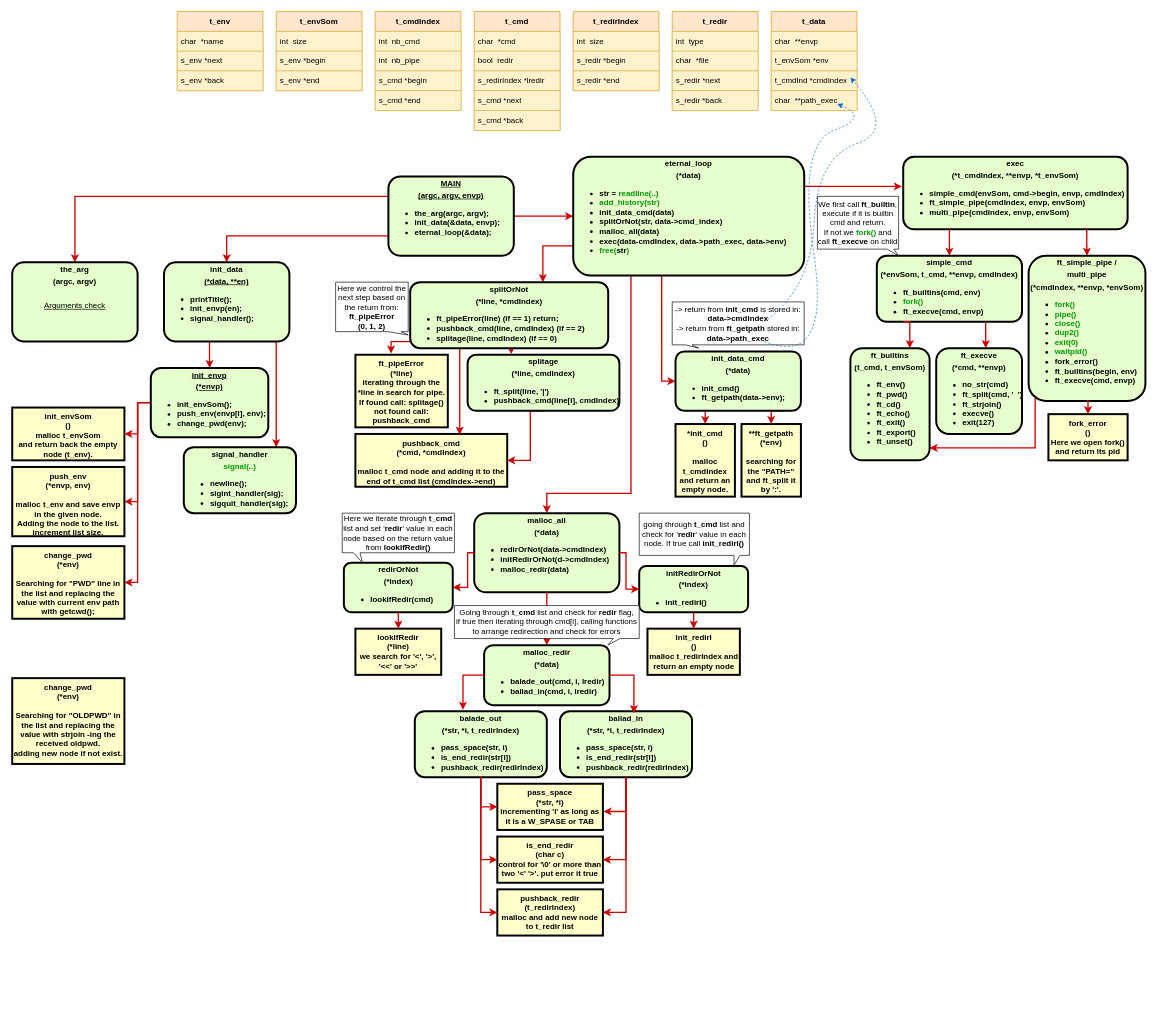
This is Minishell.drawio from El-cmd/My_MiniShell, a draw.io file, before an edit. Source tidied: cells renumbered, new cells numbered last; positions are measured from the earlier drawing's top-left corner, leaving out a move shared by most shapes. Both pictures are drawn from the tidied source at 66%, with x=0, y=0 at pixel (12, 11).
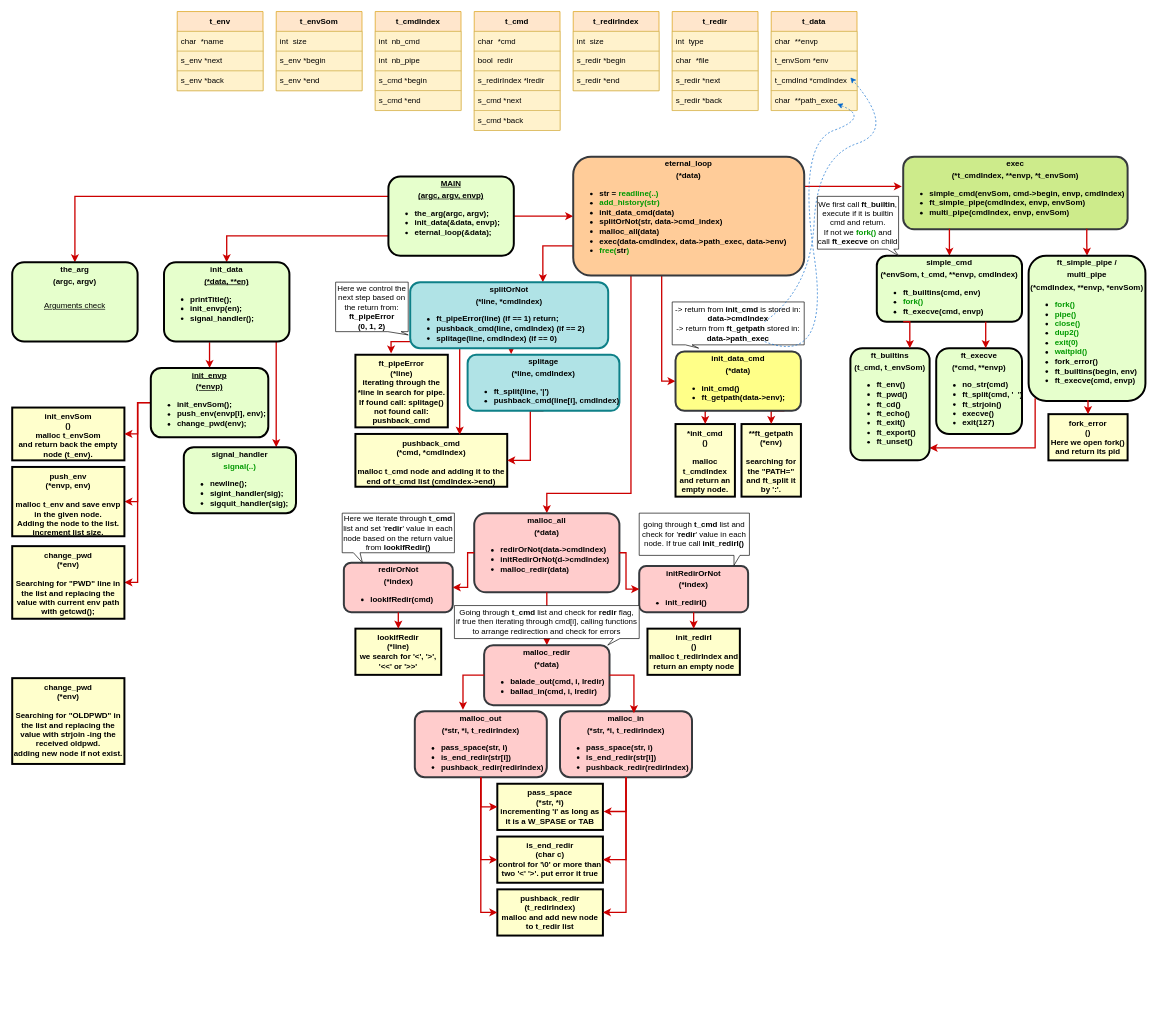
Above is the later version.

Commit message:
.. also updated diagram

The change refers to these unchanged cells:
```xml
<mxCell id="57" style="group;" parent="1" vertex="1">
  <mxGeometry x="500" y="760" width="617" height="640" as="geometry" />
</mxCell>
<mxCell id="59" style="group;" parent="57" vertex="1">
  <mxGeometry width="170" height="245" as="geometry" />
</mxCell>
<mxCell id="65" style="group;" parent="57" vertex="1">
  <mxGeometry x="450" width="167" height="245" as="geometry" />
</mxCell>
<mxCell id="72" style="group;" parent="57" vertex="1">
  <mxGeometry x="110" y="140" width="420" height="500" as="geometry" />
</mxCell>
<mxCell id="88" style="group;" parent="1" vertex="1">
  <mxGeometry x="490" y="410" width="430" height="310" as="geometry" />
</mxCell>
<mxCell id="98" style="group;" parent="1" vertex="1">
  <mxGeometry x="1000" y="440" width="200" height="295" as="geometry" />
</mxCell>
```

The edit, as a diff of the source:
```diff
@@
-    <mxCell id="11" value="&lt;p style=&quot;margin: 4px 0px 0px; text-align: center;&quot;&gt;&lt;strong&gt;eternal_loop&lt;/strong&gt;&lt;/p&gt;&lt;p style=&quot;margin: 4px 0px 0px; text-align: center;&quot;&gt;&lt;strong&gt;(*data)&lt;br&gt;&lt;/strong&gt;&lt;/p&gt;&lt;div align=&quot;left&quot;&gt;&lt;ul&gt;&lt;li&gt;&lt;strong&gt;str = &lt;font color=&quot;#009900&quot;&gt;readline(..)&lt;/font&gt;&lt;/strong&gt;&lt;/li&gt;&lt;li&gt;&lt;font color=&quot;#009900&quot;&gt;&lt;strong&gt;add_history(str)&lt;/strong&gt;&lt;/font&gt;&lt;/li&gt;&lt;li&gt;&lt;strong&gt;init_data_cmd(data)&lt;/strong&gt;&lt;/li&gt;&lt;li&gt;&lt;strong&gt;splitOrNot(str, data-&amp;gt;cmd_index)&lt;/strong&gt;&lt;/li&gt;&lt;li&gt;&lt;strong&gt;malloc_all(data)&lt;/strong&gt;&lt;/li&gt;&lt;li&gt;&lt;strong&gt;exec(data-cmdIndex, data-&amp;gt;path_exec, data-&amp;gt;env)&lt;/strong&gt;&lt;/li&gt;&lt;li&gt;&lt;font color=&quot;#009900&quot;&gt;&lt;strong&gt;free(&lt;font color=&quot;#000000&quot;&gt;str&lt;/font&gt;)&lt;/strong&gt;&lt;/font&gt;&lt;br&gt;&lt;/li&gt;&lt;/ul&gt;&lt;/div&gt;" style="verticalAlign=middle;align=center;overflow=fill;fontSize=12;fontFamily=Helvetica;html=1;rounded=1;fontStyle=1;strokeWidth=3;fillColor=#E6FFCC;" parent="1" vertex="1">
+    <mxCell id="11" value="&lt;p style=&quot;margin: 4px 0px 0px; text-align: center;&quot;&gt;&lt;strong&gt;eternal_loop&lt;/strong&gt;&lt;/p&gt;&lt;p style=&quot;margin: 4px 0px 0px; text-align: center;&quot;&gt;&lt;strong&gt;(*data)&lt;br&gt;&lt;/strong&gt;&lt;/p&gt;&lt;div align=&quot;left&quot;&gt;&lt;ul&gt;&lt;li&gt;&lt;strong&gt;str = &lt;font color=&quot;#009900&quot;&gt;readline(..)&lt;/font&gt;&lt;/strong&gt;&lt;/li&gt;&lt;li&gt;&lt;font color=&quot;#009900&quot;&gt;&lt;strong&gt;add_history(str)&lt;/strong&gt;&lt;/font&gt;&lt;/li&gt;&lt;li&gt;&lt;strong&gt;init_data_cmd(data)&lt;/strong&gt;&lt;/li&gt;&lt;li&gt;&lt;strong&gt;splitOrNot(str, data-&amp;gt;cmd_index)&lt;/strong&gt;&lt;/li&gt;&lt;li&gt;&lt;strong&gt;malloc_all(data)&lt;/strong&gt;&lt;/li&gt;&lt;li&gt;&lt;strong&gt;exec(data-cmdIndex, data-&amp;gt;path_exec, data-&amp;gt;env)&lt;/strong&gt;&lt;/li&gt;&lt;li&gt;&lt;font color=&quot;#009900&quot;&gt;&lt;strong&gt;free(&lt;font color=&quot;#000000&quot;&gt;str&lt;/font&gt;)&lt;/strong&gt;&lt;/font&gt;&lt;br&gt;&lt;/li&gt;&lt;/ul&gt;&lt;/div&gt;" style="verticalAlign=middle;align=center;overflow=fill;fontSize=12;fontFamily=Helvetica;html=1;rounded=1;fontStyle=1;strokeWidth=3;fillColor=#ffcc99;strokeColor=#36393d;" parent="1" vertex="1">
       <mxGeometry x="850" y="220" width="350" height="180" as="geometry" />
     </mxCell>
@@
-    <mxCell id="58" value="&lt;p style=&quot;margin: 4px 0px 0px; text-align: center;&quot;&gt;&lt;strong&gt;malloc_all&lt;/strong&gt;&lt;/p&gt;&lt;p style=&quot;margin: 4px 0px 0px; text-align: center;&quot;&gt;&lt;strong&gt;(*data)&lt;br&gt;&lt;/strong&gt;&lt;/p&gt;&lt;div align=&quot;left&quot;&gt;&lt;ul&gt;&lt;li&gt;&lt;strong&gt;redirOrNot(data-&amp;gt;cmdIndex)&lt;/strong&gt;&lt;/li&gt;&lt;li&gt;&lt;strong&gt;initRedirOrNot(d-&amp;gt;cmdIndex)&lt;/strong&gt;&lt;/li&gt;&lt;li&gt;&lt;strong&gt;malloc_redir(data)&lt;/strong&gt;&lt;/li&gt;&lt;/ul&gt;&lt;/div&gt;" style="verticalAlign=middle;align=center;overflow=fill;fontSize=12;fontFamily=Helvetica;html=1;rounded=1;fontStyle=1;strokeWidth=3;fillColor=#E6FFCC;" parent="57" vertex="1">
+    <mxCell id="58" value="&lt;p style=&quot;margin: 4px 0px 0px; text-align: center;&quot;&gt;&lt;strong&gt;malloc_all&lt;/strong&gt;&lt;/p&gt;&lt;p style=&quot;margin: 4px 0px 0px; text-align: center;&quot;&gt;&lt;strong&gt;(*data)&lt;br&gt;&lt;/strong&gt;&lt;/p&gt;&lt;div align=&quot;left&quot;&gt;&lt;ul&gt;&lt;li&gt;&lt;strong&gt;redirOrNot(data-&amp;gt;cmdIndex)&lt;/strong&gt;&lt;/li&gt;&lt;li&gt;&lt;strong&gt;initRedirOrNot(d-&amp;gt;cmdIndex)&lt;/strong&gt;&lt;/li&gt;&lt;li&gt;&lt;strong&gt;malloc_redir(data)&lt;/strong&gt;&lt;/li&gt;&lt;/ul&gt;&lt;/div&gt;" style="verticalAlign=middle;align=center;overflow=fill;fontSize=12;fontFamily=Helvetica;html=1;rounded=1;fontStyle=1;strokeWidth=3;fillColor=#ffcccc;strokeColor=#36393d;" parent="57" vertex="1">
       <mxGeometry x="200" width="220" height="120" as="geometry" />
     </mxCell>
@@
-    <mxCell id="60" value="&lt;p style=&quot;margin: 4px 0px 0px; text-align: center;&quot;&gt;&lt;strong&gt;redirOrNot&lt;/strong&gt;&lt;/p&gt;&lt;p style=&quot;margin: 4px 0px 0px; text-align: center;&quot;&gt;&lt;strong&gt;(*index)&lt;/strong&gt;&lt;/p&gt;&lt;div align=&quot;left&quot;&gt;&lt;ul&gt;&lt;li&gt;&lt;strong&gt;lookIfRedir(cmd)&lt;/strong&gt;&lt;/li&gt;&lt;/ul&gt;&lt;/div&gt;" style="verticalAlign=middle;align=center;overflow=fill;fontSize=12;fontFamily=Helvetica;html=1;rounded=1;fontStyle=1;strokeWidth=3;fillColor=#E6FFCC;" parent="59" vertex="1">
+    <mxCell id="60" value="&lt;p style=&quot;margin: 4px 0px 0px; text-align: center;&quot;&gt;&lt;strong&gt;redirOrNot&lt;/strong&gt;&lt;/p&gt;&lt;p style=&quot;margin: 4px 0px 0px; text-align: center;&quot;&gt;&lt;strong&gt;(*index)&lt;/strong&gt;&lt;/p&gt;&lt;div align=&quot;left&quot;&gt;&lt;ul&gt;&lt;li&gt;&lt;strong&gt;lookIfRedir(cmd)&lt;/strong&gt;&lt;/li&gt;&lt;/ul&gt;&lt;/div&gt;" style="verticalAlign=middle;align=center;overflow=fill;fontSize=12;fontFamily=Helvetica;html=1;rounded=1;fontStyle=1;strokeWidth=3;fillColor=#ffcccc;strokeColor=#36393d;" parent="59" vertex="1">
       <mxGeometry x="2.5" y="75" width="165" height="75" as="geometry" />
     </mxCell>
@@
-    <mxCell id="66" value="&lt;p style=&quot;margin: 4px 0px 0px; text-align: center;&quot;&gt;&lt;strong&gt;initRedirOrNot&lt;/strong&gt;&lt;/p&gt;&lt;p style=&quot;margin: 4px 0px 0px; text-align: center;&quot;&gt;&lt;strong&gt;(*index)&lt;/strong&gt;&lt;/p&gt;&lt;div align=&quot;left&quot;&gt;&lt;ul&gt;&lt;li&gt;&lt;strong&gt;init_redirI()&lt;/strong&gt;&lt;/li&gt;&lt;/ul&gt;&lt;/div&gt;" style="verticalAlign=middle;align=center;overflow=fill;fontSize=12;fontFamily=Helvetica;html=1;rounded=1;fontStyle=1;strokeWidth=3;fillColor=#E6FFCC;" parent="65" vertex="1">
+    <mxCell id="66" value="&lt;p style=&quot;margin: 4px 0px 0px; text-align: center;&quot;&gt;&lt;strong&gt;initRedirOrNot&lt;/strong&gt;&lt;/p&gt;&lt;p style=&quot;margin: 4px 0px 0px; text-align: center;&quot;&gt;&lt;strong&gt;(*index)&lt;/strong&gt;&lt;/p&gt;&lt;div align=&quot;left&quot;&gt;&lt;ul&gt;&lt;li&gt;&lt;strong&gt;init_redirI()&lt;/strong&gt;&lt;/li&gt;&lt;/ul&gt;&lt;/div&gt;" style="verticalAlign=middle;align=center;overflow=fill;fontSize=12;fontFamily=Helvetica;html=1;rounded=1;fontStyle=1;strokeWidth=3;fillColor=#ffcccc;strokeColor=#36393d;" parent="65" vertex="1">
       <mxGeometry y="80" width="165" height="70" as="geometry" />
     </mxCell>
@@
-    <mxCell id="73" value="&lt;p style=&quot;margin: 4px 0px 0px; text-align: center;&quot;&gt;&lt;strong&gt;malloc_redir&lt;/strong&gt;&lt;/p&gt;&lt;p style=&quot;margin: 4px 0px 0px; text-align: center;&quot;&gt;&lt;strong&gt;(*data)&lt;br&gt;&lt;/strong&gt;&lt;/p&gt;&lt;div align=&quot;left&quot;&gt;&lt;ul&gt;&lt;li&gt;&lt;strong&gt;balade_out(cmd, i, lredir)&lt;/strong&gt;&lt;/li&gt;&lt;li&gt;&lt;strong&gt;ballad_in(cmd, i, lredir)&lt;/strong&gt;&lt;/li&gt;&lt;/ul&gt;&lt;/div&gt;" style="verticalAlign=middle;align=center;overflow=fill;fontSize=12;fontFamily=Helvetica;html=1;rounded=1;fontStyle=1;strokeWidth=3;fillColor=#E6FFCC;" parent="72" vertex="1">
+    <mxCell id="73" value="&lt;p style=&quot;margin: 4px 0px 0px; text-align: center;&quot;&gt;&lt;strong&gt;malloc_redir&lt;/strong&gt;&lt;/p&gt;&lt;p style=&quot;margin: 4px 0px 0px; text-align: center;&quot;&gt;&lt;strong&gt;(*data)&lt;br&gt;&lt;/strong&gt;&lt;/p&gt;&lt;div align=&quot;left&quot;&gt;&lt;ul&gt;&lt;li&gt;&lt;strong&gt;balade_out(cmd, i, lredir)&lt;/strong&gt;&lt;/li&gt;&lt;li&gt;&lt;strong&gt;ballad_in(cmd, i, lredir)&lt;/strong&gt;&lt;/li&gt;&lt;/ul&gt;&lt;/div&gt;" style="verticalAlign=middle;align=center;overflow=fill;fontSize=12;fontFamily=Helvetica;html=1;rounded=1;fontStyle=1;strokeWidth=3;fillColor=#ffcccc;strokeColor=#36393d;" parent="72" vertex="1">
       <mxGeometry x="105" y="60" width="190" height="91" as="geometry" />
     </mxCell>
-    <mxCell id="74" value="&lt;p style=&quot;margin: 4px 0px 0px; text-align: center;&quot;&gt;&lt;strong&gt;ballad_in&lt;/strong&gt;&lt;/p&gt;&lt;p style=&quot;margin: 4px 0px 0px; text-align: center;&quot;&gt;&lt;strong&gt;(*str, *i, t_redirIndex)&lt;br&gt;&lt;/strong&gt;&lt;/p&gt;&lt;div align=&quot;left&quot;&gt;&lt;ul&gt;&lt;li&gt;&lt;strong&gt;pass_space(str, i)&lt;/strong&gt;&lt;/li&gt;&lt;li&gt;&lt;strong&gt;is_end_redir(str[i])&lt;/strong&gt;&lt;/li&gt;&lt;li&gt;&lt;strong&gt;pushback_redir(redirIndex)&lt;/strong&gt;&lt;br&gt;&lt;/li&gt;&lt;/ul&gt;&lt;/div&gt;" style="verticalAlign=middle;align=center;overflow=fill;fontSize=12;fontFamily=Helvetica;html=1;rounded=1;fontStyle=1;strokeWidth=3;fillColor=#E6FFCC;" parent="72" vertex="1">
+    <mxCell id="74" value="&lt;p style=&quot;margin: 4px 0px 0px; text-align: center;&quot;&gt;&lt;strong&gt;malloc_in&lt;/strong&gt;&lt;/p&gt;&lt;p style=&quot;margin: 4px 0px 0px; text-align: center;&quot;&gt;&lt;strong&gt;(*str, *i, t_redirIndex)&lt;br&gt;&lt;/strong&gt;&lt;/p&gt;&lt;div align=&quot;left&quot;&gt;&lt;ul&gt;&lt;li&gt;&lt;strong&gt;pass_space(str, i)&lt;/strong&gt;&lt;/li&gt;&lt;li&gt;&lt;strong&gt;is_end_redir(str[i])&lt;/strong&gt;&lt;/li&gt;&lt;li&gt;&lt;strong&gt;pushback_redir(redirIndex)&lt;/strong&gt;&lt;br&gt;&lt;/li&gt;&lt;/ul&gt;&lt;/div&gt;" style="verticalAlign=middle;align=center;overflow=fill;fontSize=12;fontFamily=Helvetica;html=1;rounded=1;fontStyle=1;strokeWidth=3;fillColor=#ffcccc;strokeColor=#36393d;" parent="72" vertex="1">
       <mxGeometry x="220" y="160" width="200" height="100" as="geometry" />
     </mxCell>
@@
-    <mxCell id="76" value="&lt;p style=&quot;margin: 4px 0px 0px; text-align: center;&quot;&gt;&lt;strong&gt;balade_out&lt;/strong&gt;&lt;/p&gt;&lt;p style=&quot;margin: 4px 0px 0px; text-align: center;&quot;&gt;&lt;strong&gt;(*str, *i, t_redirIndex)&lt;br&gt;&lt;/strong&gt;&lt;/p&gt;&lt;div align=&quot;left&quot;&gt;&lt;ul&gt;&lt;li&gt;&lt;strong&gt;pass_space(str, i)&lt;/strong&gt;&lt;/li&gt;&lt;li&gt;&lt;strong&gt;is_end_redir(str[i])&lt;/strong&gt;&lt;/li&gt;&lt;li&gt;&lt;strong&gt;pushback_redir(redirIndex)&lt;/strong&gt;&lt;br&gt;&lt;/li&gt;&lt;/ul&gt;&lt;/div&gt;" style="verticalAlign=middle;align=center;overflow=fill;fontSize=12;fontFamily=Helvetica;html=1;rounded=1;fontStyle=1;strokeWidth=3;fillColor=#E6FFCC;" parent="72" vertex="1">
+    <mxCell id="76" value="&lt;p style=&quot;margin: 4px 0px 0px; text-align: center;&quot;&gt;&lt;strong&gt;malloc_out&lt;/strong&gt;&lt;/p&gt;&lt;p style=&quot;margin: 4px 0px 0px; text-align: center;&quot;&gt;&lt;strong&gt;(*str, *i, t_redirIndex)&lt;br&gt;&lt;/strong&gt;&lt;/p&gt;&lt;div align=&quot;left&quot;&gt;&lt;ul&gt;&lt;li&gt;&lt;strong&gt;pass_space(str, i)&lt;/strong&gt;&lt;/li&gt;&lt;li&gt;&lt;strong&gt;is_end_redir(str[i])&lt;/strong&gt;&lt;/li&gt;&lt;li&gt;&lt;strong&gt;pushback_redir(redirIndex)&lt;/strong&gt;&lt;br&gt;&lt;/li&gt;&lt;/ul&gt;&lt;/div&gt;" style="verticalAlign=middle;align=center;overflow=fill;fontSize=12;fontFamily=Helvetica;html=1;rounded=1;fontStyle=1;strokeWidth=3;fillColor=#ffcccc;strokeColor=#36393d;" parent="72" vertex="1">
       <mxGeometry y="160" width="200" height="100" as="geometry" />
     </mxCell>
@@
-    <mxCell id="89" value="ft_pipeError&#10;(*line)&#10;iterating through the *line in search for pipe.&#10;If found call: splitage()&#10;not found call: pushback_cmd&#10;&#10;&#10;&#10;" style="align=center;verticalAlign=top;fontStyle=1;strokeWidth=3;fillColor=#FFFFCC;whiteSpace=wrap;" parent="88" vertex="1">
+    <mxCell id="89" value="ft_pipeError&#10;(*line)&#10;iterating through the *line in search for pipe.&#10;If found call: splitage()&#10;not found call: pushback_cmd&#10;&#10;&#10;&#10;" style="align=center;verticalAlign=top;fontStyle=1;strokeWidth=3;whiteSpace=wrap;strokeColor=#000000;fillColor=#FFFFCC;" parent="88" vertex="1">
       <mxGeometry x="30" y="110" width="140" height="110" as="geometry" />
     </mxCell>
-    <mxCell id="90" value="pushback_cmd&#10;(*cmd, *cmdIndex)&#10;&#10;malloc t_cmd node and adding it to the end of t_cmd list (cmdIndex-&gt;end)&#10;&#10;&#10;&#10;" style="align=center;verticalAlign=top;fontStyle=1;strokeWidth=3;fillColor=#FFFFCC;whiteSpace=wrap;" parent="88" vertex="1">
+    <mxCell id="90" value="pushback_cmd&#10;(*cmd, *cmdIndex)&#10;&#10;malloc t_cmd node and adding it to the end of t_cmd list (cmdIndex-&gt;end)&#10;&#10;&#10;&#10;" style="align=center;verticalAlign=top;fontStyle=1;strokeWidth=3;whiteSpace=wrap;strokeColor=#000000;fillColor=#FFFFCC;" parent="88" vertex="1">
       <mxGeometry x="30" y="230" width="230" height="80" as="geometry" />
     </mxCell>
@@
-    <mxCell id="92" value="&lt;p style=&quot;margin: 4px 0px 0px; text-align: center;&quot;&gt;&lt;strong&gt;splitage&lt;/strong&gt;&lt;/p&gt;&lt;p style=&quot;margin: 4px 0px 0px; text-align: center;&quot;&gt;&lt;strong&gt;(*line, cmdIndex)&lt;br&gt;&lt;/strong&gt;&lt;/p&gt;&lt;div align=&quot;left&quot;&gt;&lt;ul&gt;&lt;li&gt;&lt;strong&gt;ft_split(line, '|')&lt;br&gt;&lt;/strong&gt;&lt;/li&gt;&lt;li&gt;&lt;strong&gt;pushback_cmd(line[i], cmdIndex)&lt;/strong&gt;&lt;/li&gt;&lt;/ul&gt;&lt;/div&gt;" style="verticalAlign=middle;align=center;overflow=fill;fontSize=12;fontFamily=Helvetica;html=1;rounded=1;fontStyle=1;strokeWidth=3;fillColor=#E6FFCC;" parent="88" vertex="1">
+    <mxCell id="92" value="&lt;p style=&quot;margin: 4px 0px 0px; text-align: center;&quot;&gt;&lt;strong&gt;splitage&lt;/strong&gt;&lt;/p&gt;&lt;p style=&quot;margin: 4px 0px 0px; text-align: center;&quot;&gt;&lt;strong&gt;(*line, cmdIndex)&lt;br&gt;&lt;/strong&gt;&lt;/p&gt;&lt;div align=&quot;left&quot;&gt;&lt;ul&gt;&lt;li&gt;&lt;strong&gt;ft_split(line, '|')&lt;br&gt;&lt;/strong&gt;&lt;/li&gt;&lt;li&gt;&lt;strong&gt;pushback_cmd(line[i], cmdIndex)&lt;/strong&gt;&lt;/li&gt;&lt;/ul&gt;&lt;/div&gt;" style="verticalAlign=middle;align=center;overflow=fill;fontSize=12;fontFamily=Helvetica;html=1;rounded=1;fontStyle=1;strokeWidth=3;fillColor=#b0e3e6;strokeColor=#0e8088;" parent="88" vertex="1">
       <mxGeometry x="200" y="110" width="230" height="85" as="geometry" />
     </mxCell>
@@
-    <mxCell id="96" value="&lt;p style=&quot;margin: 4px 0px 0px; text-align: center;&quot;&gt;&lt;strong&gt;splitOrNot&lt;/strong&gt;&lt;/p&gt;&lt;p style=&quot;margin: 4px 0px 0px; text-align: center;&quot;&gt;&lt;strong&gt;(*line, *cmdIndex)&lt;br&gt;&lt;/strong&gt;&lt;/p&gt;&lt;div align=&quot;left&quot;&gt;&lt;ul&gt;&lt;li&gt;&lt;strong&gt;ft_pipeError(line) (if == 1) return;&lt;br&gt;&lt;/strong&gt;&lt;/li&gt;&lt;li&gt;&lt;strong&gt;pushback_cmd(line, cmdIndex) (if == 2)&lt;br&gt;&lt;/strong&gt;&lt;/li&gt;&lt;li&gt;&lt;strong&gt;splitage(line, cmdIndex) (if == 0)&lt;br&gt;&lt;/strong&gt;&lt;/li&gt;&lt;/ul&gt;&lt;/div&gt;" style="verticalAlign=middle;align=center;overflow=fill;fontSize=12;fontFamily=Helvetica;html=1;rounded=1;fontStyle=1;strokeWidth=3;fillColor=#E6FFCC;" parent="88" vertex="1">
+    <mxCell id="96" value="&lt;p style=&quot;margin: 4px 0px 0px; text-align: center;&quot;&gt;&lt;strong&gt;splitOrNot&lt;/strong&gt;&lt;/p&gt;&lt;p style=&quot;margin: 4px 0px 0px; text-align: center;&quot;&gt;&lt;strong&gt;(*line, *cmdIndex)&lt;br&gt;&lt;/strong&gt;&lt;/p&gt;&lt;div align=&quot;left&quot;&gt;&lt;ul&gt;&lt;li&gt;&lt;strong&gt;ft_pipeError(line) (if == 1) return;&lt;br&gt;&lt;/strong&gt;&lt;/li&gt;&lt;li&gt;&lt;strong&gt;pushback_cmd(line, cmdIndex) (if == 2)&lt;br&gt;&lt;/strong&gt;&lt;/li&gt;&lt;li&gt;&lt;strong&gt;splitage(line, cmdIndex) (if == 0)&lt;br&gt;&lt;/strong&gt;&lt;/li&gt;&lt;/ul&gt;&lt;/div&gt;" style="verticalAlign=middle;align=center;overflow=fill;fontSize=12;fontFamily=Helvetica;html=1;rounded=1;fontStyle=1;strokeWidth=3;fillColor=#b0e3e6;strokeColor=#0e8088;" parent="88" vertex="1">
       <mxGeometry x="113" width="300" height="100" as="geometry" />
     </mxCell>
@@
-    <mxCell id="103" value="&lt;p style=&quot;margin: 4px 0px 0px; text-align: center;&quot;&gt;&lt;strong&gt;init_data_cmd&lt;/strong&gt;&lt;/p&gt;&lt;p style=&quot;margin: 4px 0px 0px; text-align: center;&quot;&gt;&lt;strong&gt;(*data)&lt;br&gt;&lt;/strong&gt;&lt;/p&gt;&lt;div align=&quot;left&quot;&gt;&lt;ul&gt;&lt;li&gt;&lt;strong&gt;init_cmd()&lt;/strong&gt;&lt;/li&gt;&lt;li&gt;&lt;strong&gt;ft_getpath(data-&amp;gt;env);&lt;/strong&gt;&lt;/li&gt;&lt;/ul&gt;&lt;/div&gt;" style="verticalAlign=middle;align=center;overflow=fill;fontSize=12;fontFamily=Helvetica;html=1;rounded=1;fontStyle=1;strokeWidth=3;fillColor=#E6FFCC;" parent="98" vertex="1">
+    <mxCell id="103" value="&lt;p style=&quot;margin: 4px 0px 0px; text-align: center;&quot;&gt;&lt;strong&gt;init_data_cmd&lt;/strong&gt;&lt;/p&gt;&lt;p style=&quot;margin: 4px 0px 0px; text-align: center;&quot;&gt;&lt;strong&gt;(*data)&lt;br&gt;&lt;/strong&gt;&lt;/p&gt;&lt;div align=&quot;left&quot;&gt;&lt;ul&gt;&lt;li&gt;&lt;strong&gt;init_cmd()&lt;/strong&gt;&lt;/li&gt;&lt;li&gt;&lt;strong&gt;ft_getpath(data-&amp;gt;env);&lt;/strong&gt;&lt;/li&gt;&lt;/ul&gt;&lt;/div&gt;" style="verticalAlign=middle;align=center;overflow=fill;fontSize=12;fontFamily=Helvetica;html=1;rounded=1;fontStyle=1;strokeWidth=3;fillColor=#ffff88;strokeColor=#36393d;" parent="98" vertex="1">
       <mxGeometry x="5" y="75" width="190" height="90" as="geometry" />
     </mxCell>
@@
-    <mxCell id="107" value="&lt;p style=&quot;margin: 4px 0px 0px; text-align: center;&quot;&gt;&lt;strong&gt;exec&lt;/strong&gt;&lt;/p&gt;&lt;p style=&quot;margin: 4px 0px 0px; text-align: center;&quot;&gt;&lt;strong&gt;(*t_cmdIndex, **envp, *t_envSom)&lt;br&gt;&lt;/strong&gt;&lt;/p&gt;&lt;div align=&quot;left&quot;&gt;&lt;ul&gt;&lt;li&gt;&lt;strong&gt;simple_cmd(envSom, cmd-&amp;gt;begin, envp, cmdIndex)&lt;/strong&gt;&lt;/li&gt;&lt;li&gt;&lt;strong&gt;ft_simple_pipe(cmdIndex, envp, envSom)&lt;/strong&gt;&lt;/li&gt;&lt;li&gt;&lt;strong&gt;multi_pipe(cmdIndex, envp, envSom)&lt;/strong&gt;&lt;/li&gt;&lt;/ul&gt;&lt;/div&gt;" style="verticalAlign=middle;align=center;overflow=fill;fontSize=12;fontFamily=Helvetica;html=1;rounded=1;fontStyle=1;strokeWidth=3;fillColor=#E6FFCC;" parent="1" vertex="1">
+    <mxCell id="107" value="&lt;p style=&quot;margin: 4px 0px 0px; text-align: center;&quot;&gt;&lt;strong&gt;exec&lt;/strong&gt;&lt;/p&gt;&lt;p style=&quot;margin: 4px 0px 0px; text-align: center;&quot;&gt;&lt;strong&gt;(*t_cmdIndex, **envp, *t_envSom)&lt;br&gt;&lt;/strong&gt;&lt;/p&gt;&lt;div align=&quot;left&quot;&gt;&lt;ul&gt;&lt;li&gt;&lt;strong&gt;simple_cmd(envSom, cmd-&amp;gt;begin, envp, cmdIndex)&lt;/strong&gt;&lt;/li&gt;&lt;li&gt;&lt;strong&gt;ft_simple_pipe(cmdIndex, envp, envSom)&lt;/strong&gt;&lt;/li&gt;&lt;li&gt;&lt;strong&gt;multi_pipe(cmdIndex, envp, envSom)&lt;/strong&gt;&lt;/li&gt;&lt;/ul&gt;&lt;/div&gt;" style="verticalAlign=middle;align=center;overflow=fill;fontSize=12;fontFamily=Helvetica;html=1;rounded=1;fontStyle=1;strokeWidth=3;fillColor=#cdeb8b;strokeColor=#36393d;" parent="1" vertex="1">
       <mxGeometry x="1350" y="220" width="340" height="110" as="geometry" />
     </mxCell>
@@
-    <mxCell id="112" value="fork_error&#10;()&#10;Here we open fork() and return its pid&#10;&#10;&#10;&#10;" style="align=center;verticalAlign=top;fontStyle=1;strokeWidth=3;fillColor=#FFFFCC;whiteSpace=wrap;" parent="1" vertex="1">
+    <mxCell id="112" value="fork_error&#10;()&#10;Here we open fork() and return its pid&#10;&#10;&#10;&#10;" style="align=center;verticalAlign=top;fontStyle=1;strokeWidth=3;whiteSpace=wrap;strokeColor=#000000;fillColor=#FFFFCC;" parent="1" vertex="1">
       <mxGeometry x="1570" y="610" width="120" height="70" as="geometry" />
     </mxCell>
```
